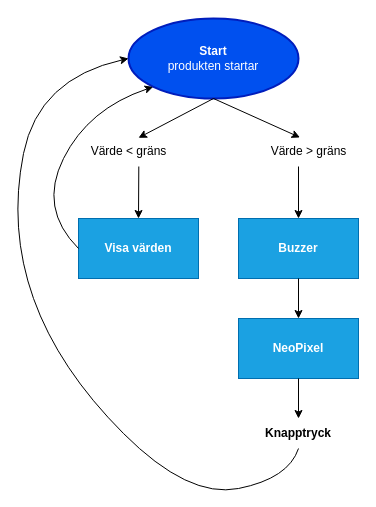
Anton-Johannesson/ComputerScience-Project keeps this draw.io diagram as docs/Diagram/BlockChart/Block-Flow-Chart.drawio. Above is the earlier version. Source tidied: cells renumbered, new cells numbered last; positions are measured from the earlier drawing's top-left corner, leaving out a move shared by most shapes. Both pictures are drawn from the tidied source at 100%, with x=0, y=0 at pixel (8, 18).
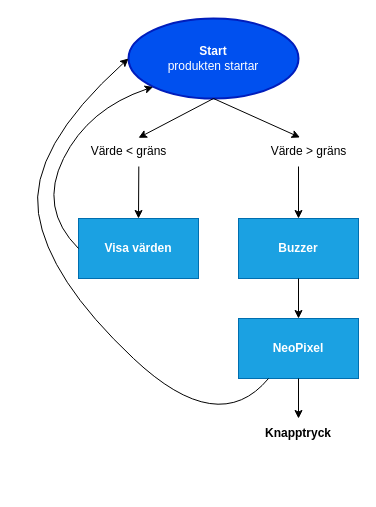
The same page after the edit.

Commit message (it also covers changes not shown here):
Changde block and state

Unchanged cells that the change refers to:
```xml
<mxCell id="2" value="&lt;b&gt;Start&lt;/b&gt;&lt;div&gt;produkten startar&lt;/div&gt;" style="strokeWidth=2;html=1;shape=mxgraph.flowchart.start_1;whiteSpace=wrap;fillColor=#0050ef;fontColor=#ffffff;strokeColor=#001DBC;" parent="1" vertex="1">
  <mxGeometry x="120" width="170" height="80" as="geometry" />
</mxCell>
<mxCell id="11" value="&lt;b&gt;NeoPixel&lt;/b&gt;" style="rounded=0;whiteSpace=wrap;html=1;fillColor=#1ba1e2;fontColor=#ffffff;strokeColor=#006EAF;" parent="1" vertex="1">
  <mxGeometry x="230" y="300" width="120" height="60" as="geometry" />
</mxCell>
<mxCell id="13" value="&lt;b&gt;Knapptryck&lt;/b&gt;" style="text;html=1;align=center;verticalAlign=middle;whiteSpace=wrap;rounded=0;" parent="1" vertex="1">
  <mxGeometry x="260" y="400" width="60" height="30" as="geometry" />
</mxCell>
```

The edit, as a diff of the source:
```diff
@@
-    <mxCell id="15" style="curved=1;endArrow=classic;html=1;rounded=0;exitX=0.5;exitY=1;exitDx=0;exitDy=0;entryX=0;entryY=0.5;entryDx=0;entryDy=0;entryPerimeter=0;" parent="1" edge="1" source="13" target="2">
-      <mxGeometry relative="1" as="geometry">
-        <Array as="points">
-          <mxPoint x="280" y="460" />
-          <mxPoint x="180" y="480" />
-          <mxPoint x="50" y="350" />
-          <mxPoint y="210" />
-          <mxPoint x="30" y="60" />
-        </Array>
-      </mxGeometry>
-    </mxCell>
@@
+    <mxCell id="17" style="curved=1;endArrow=classic;html=1;rounded=0;exitX=0.25;exitY=1;exitDx=0;exitDy=0;entryX=0;entryY=0.5;entryDx=0;entryDy=0;entryPerimeter=0;" parent="1" edge="1" source="11" target="2">
+      <mxGeometry relative="1" as="geometry">
+        <Array as="points">
+          <mxPoint x="210" y="420" />
+          <mxPoint x="40" y="260" />
+          <mxPoint x="20" y="130" />
+        </Array>
+      </mxGeometry>
+    </mxCell>
```
